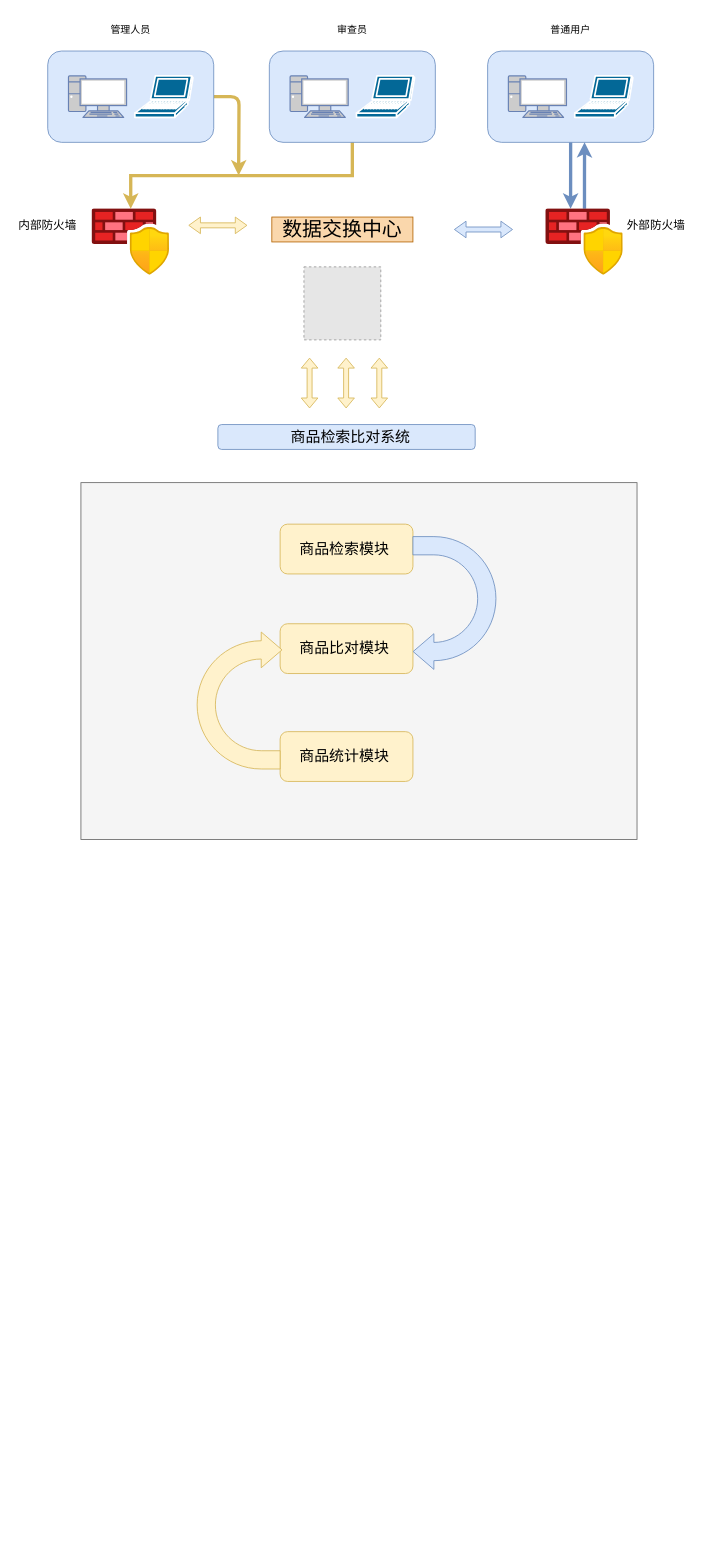
The draw.io diagram shop-compare-system.drawio in MarchAwake/design-graph, before the edit. Source tidied: cells renumbered, new cells numbered last; positions are measured from the earlier drawing's top-left corner, leaving out a move shared by most shapes. Both pictures are drawn from the tidied source at 83%, with x=0, y=0 at pixel (14, 17). Pictures stored in the file or linked from it are replaced by grey dashed boxes.
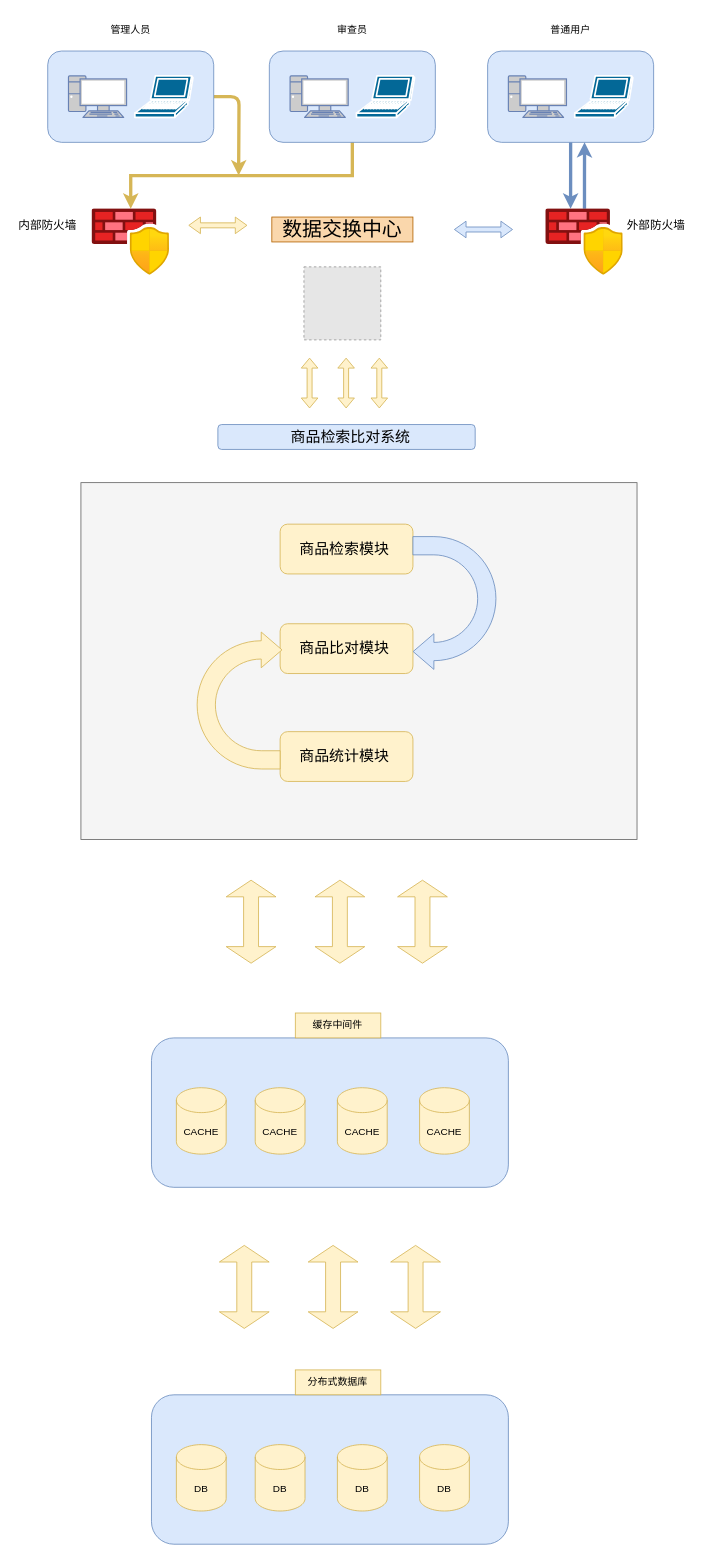
After the change.

What changed in the source:
```diff
@@
+    <mxCell id="40" style="rounded=1;whiteSpace=wrap;html=1;fillColor=#dae8fc;strokeColor=#6c8ebf;" parent="1" vertex="1">
+      <mxGeometry x="165" y="1659" width="430" height="180" as="geometry" />
+    </mxCell>
+    <mxCell id="41" value="分布式数据库" style="text;html=1;strokeColor=#d6b656;fillColor=#fff2cc;align=center;verticalAlign=middle;whiteSpace=wrap;rounded=0;" parent="1" vertex="1">
+      <mxGeometry x="338.3" y="1629" width="103" height="30" as="geometry" />
+    </mxCell>
+    <mxCell id="42" value="DB" style="shape=cylinder3;whiteSpace=wrap;html=1;boundedLbl=1;backgroundOutline=1;size=15;fillColor=#fff2cc;strokeColor=#d6b656;" parent="1" vertex="1">
+      <mxGeometry x="195" y="1719" width="60" height="80" as="geometry" />
+    </mxCell>
+    <mxCell id="43" value="DB" style="shape=cylinder3;whiteSpace=wrap;html=1;boundedLbl=1;backgroundOutline=1;size=15;fillColor=#fff2cc;strokeColor=#d6b656;" parent="1" vertex="1">
+      <mxGeometry x="290" y="1719" width="60" height="80" as="geometry" />
+    </mxCell>
+    <mxCell id="44" value="DB" style="shape=cylinder3;whiteSpace=wrap;html=1;boundedLbl=1;backgroundOutline=1;size=15;fillColor=#fff2cc;strokeColor=#d6b656;" parent="1" vertex="1">
+      <mxGeometry x="389" y="1719" width="60" height="80" as="geometry" />
+    </mxCell>
+    <mxCell id="45" value="DB" style="shape=cylinder3;whiteSpace=wrap;html=1;boundedLbl=1;backgroundOutline=1;size=15;fillColor=#fff2cc;strokeColor=#d6b656;" parent="1" vertex="1">
+      <mxGeometry x="488" y="1719" width="60" height="80" as="geometry" />
+    </mxCell>
+    <mxCell id="46" style="rounded=1;whiteSpace=wrap;html=1;fillColor=#dae8fc;strokeColor=#6c8ebf;" parent="1" vertex="1">
+      <mxGeometry x="165" y="1229" width="430" height="180" as="geometry" />
+    </mxCell>
+    <mxCell id="47" value="缓存中间件" style="text;html=1;strokeColor=#d6b656;fillColor=#fff2cc;align=center;verticalAlign=middle;whiteSpace=wrap;rounded=0;" parent="1" vertex="1">
+      <mxGeometry x="338.3" y="1199" width="103" height="30" as="geometry" />
+    </mxCell>
+    <mxCell id="48" value="CACHE" style="shape=cylinder3;whiteSpace=wrap;html=1;boundedLbl=1;backgroundOutline=1;size=15;fillColor=#fff2cc;strokeColor=#d6b656;" parent="1" vertex="1">
+      <mxGeometry x="195" y="1289" width="60" height="80" as="geometry" />
+    </mxCell>
+    <mxCell id="49" value="CACHE" style="shape=cylinder3;whiteSpace=wrap;html=1;boundedLbl=1;backgroundOutline=1;size=15;fillColor=#fff2cc;strokeColor=#d6b656;" parent="1" vertex="1">
+      <mxGeometry x="290" y="1289" width="60" height="80" as="geometry" />
+    </mxCell>
+    <mxCell id="50" value="CACHE" style="shape=cylinder3;whiteSpace=wrap;html=1;boundedLbl=1;backgroundOutline=1;size=15;fillColor=#fff2cc;strokeColor=#d6b656;" parent="1" vertex="1">
+      <mxGeometry x="389" y="1289" width="60" height="80" as="geometry" />
+    </mxCell>
+    <mxCell id="51" value="CACHE" style="shape=cylinder3;whiteSpace=wrap;html=1;boundedLbl=1;backgroundOutline=1;size=15;fillColor=#fff2cc;strokeColor=#d6b656;" parent="1" vertex="1">
+      <mxGeometry x="488" y="1289" width="60" height="80" as="geometry" />
+    </mxCell>
+    <mxCell id="52" style="shape=doubleArrow;direction=south;whiteSpace=wrap;html=1;fillColor=#fff2cc;strokeColor=#d6b656;" parent="1" vertex="1">
+      <mxGeometry x="246.8" y="1479" width="60" height="100" as="geometry" />
+    </mxCell>
+    <mxCell id="53" style="shape=doubleArrow;direction=south;whiteSpace=wrap;html=1;fillColor=#fff2cc;strokeColor=#d6b656;" parent="1" vertex="1">
+      <mxGeometry x="453.2" y="1479" width="60" height="100" as="geometry" />
+    </mxCell>
+    <mxCell id="54" style="shape=doubleArrow;direction=south;whiteSpace=wrap;html=1;fillColor=#fff2cc;strokeColor=#d6b656;" parent="1" vertex="1">
+      <mxGeometry x="353.8" y="1479" width="60" height="100" as="geometry" />
+    </mxCell>
+    <mxCell id="55" style="shape=doubleArrow;direction=south;whiteSpace=wrap;html=1;fillColor=#fff2cc;strokeColor=#d6b656;" parent="1" vertex="1">
+      <mxGeometry x="255" y="1039" width="60" height="100" as="geometry" />
+    </mxCell>
+    <mxCell id="56" style="shape=doubleArrow;direction=south;whiteSpace=wrap;html=1;fillColor=#fff2cc;strokeColor=#d6b656;" parent="1" vertex="1">
+      <mxGeometry x="461.5" y="1039" width="60" height="100" as="geometry" />
+    </mxCell>
+    <mxCell id="57" style="shape=doubleArrow;direction=south;whiteSpace=wrap;html=1;fillColor=#fff2cc;strokeColor=#d6b656;" parent="1" vertex="1">
+      <mxGeometry x="362" y="1039" width="60" height="100" as="geometry" />
+    </mxCell>
```
